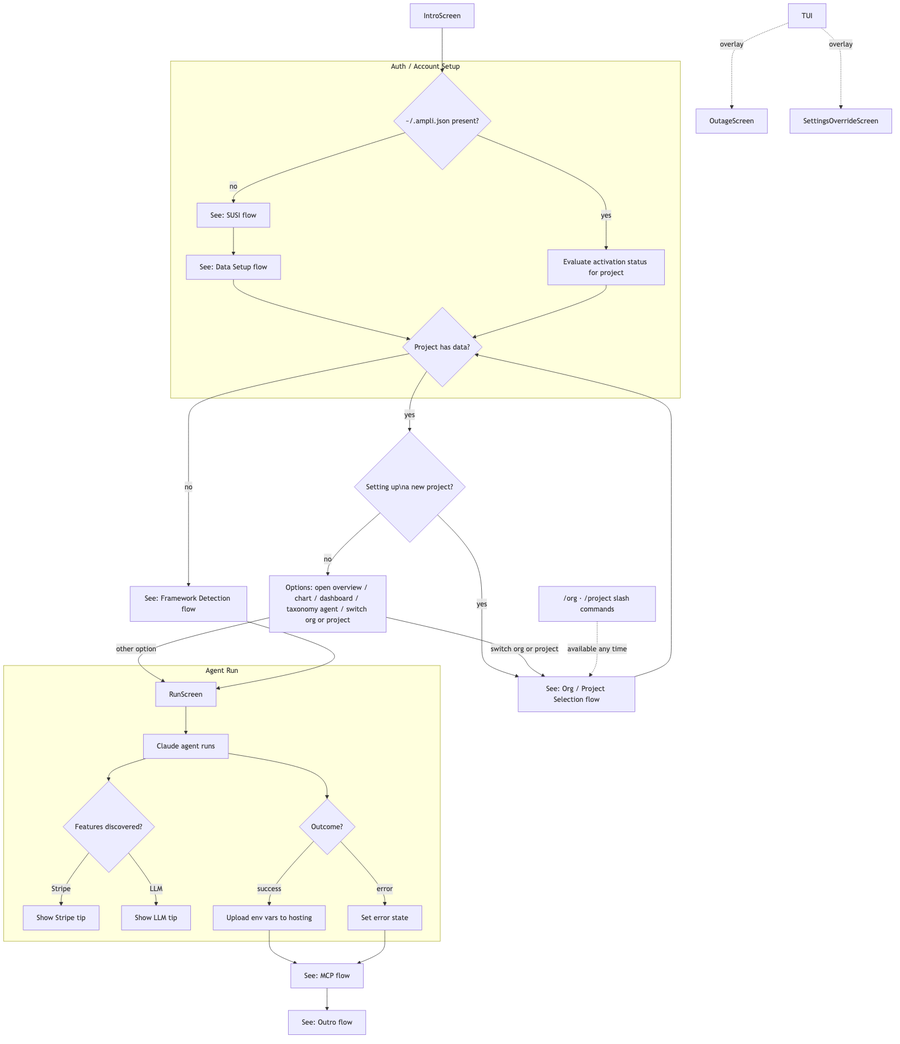
The Mermaid diagram docs/diagrams/wizard-flow.png in amplitude/wizard, before a commit. Its source is kept beside it as docs/diagrams/wizard-flow.mmd.
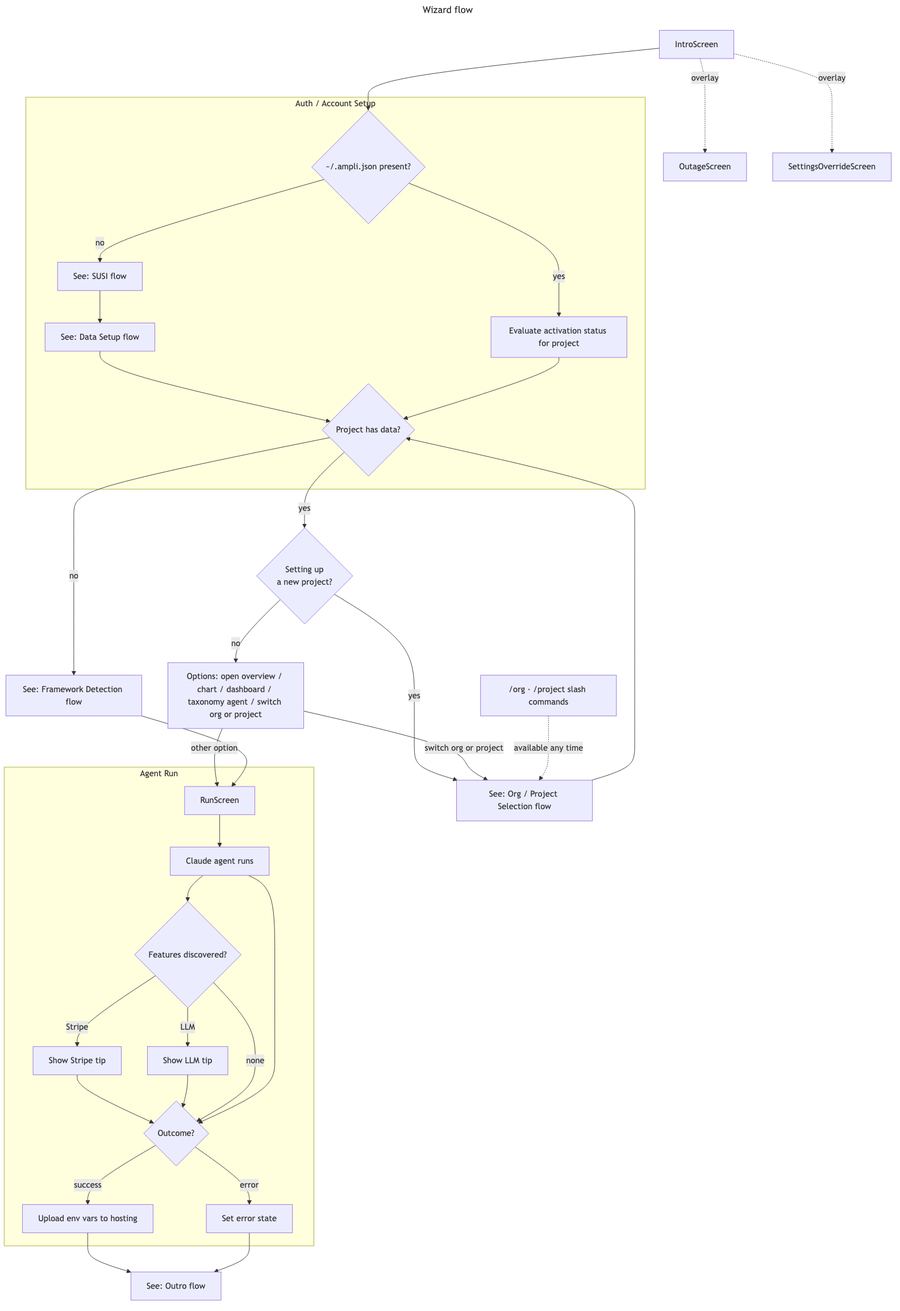
After the commit.

Change to the diagram source:
```diff
@@ -1,3 +1,6 @@
+---
+title: Wizard flow
+---
 flowchart TD
     START["IntroScreen"] --> AUTH_CHECK
 
@@ -12,7 +15,7 @@
 
     DATA_CHECK{Project has data?}
     DATA_CHECK -->|no| FRAMEWORK["See: Framework Detection flow"]
-    DATA_CHECK -->|yes| NEW_PROJECT{Setting up\na new project?}
+    DATA_CHECK -->|yes| NEW_PROJECT{Setting up<br/>a new project?}
     NEW_PROJECT -->|yes| ORG_PROJECT["See: Org / Project Selection flow"]
     NEW_PROJECT -->|no| OPTIONS["Options: open overview / chart / dashboard / taxonomy agent / switch org or project"]
     ORG_PROJECT --> DATA_CHECK
@@ -26,17 +29,16 @@
     subgraph AGENT_RUN ["Agent Run"]
         RUN["RunScreen"] --> AGENT["Claude agent runs"]
         AGENT --> FEATURES{Features discovered?}
-        FEATURES -->|Stripe| STRIPE_TIP["Show Stripe tip"]
-        FEATURES -->|LLM| LLM_TIP["Show LLM tip"]
+        FEATURES -->|Stripe| STRIPE_TIP["Show Stripe tip"] --> OUTCOME
+        FEATURES -->|LLM| LLM_TIP["Show LLM tip"] --> OUTCOME
+        FEATURES -->|none| OUTCOME
         AGENT --> OUTCOME{Outcome?}
         OUTCOME -->|success| POST["Upload env vars to hosting"]
         OUTCOME -->|error| ERR["Set error state"]
     end
 
-    POST --> MCP["See: MCP flow"]
-    ERR --> MCP
+    POST --> OUTRO["See: Outro flow"]
+    ERR --> OUTRO
 
-    MCP --> OUTRO["See: Outro flow"]
-
-    TUI -. overlay .-> OUTAGE["OutageScreen"]
-    TUI -. overlay .-> SETTINGS_OVR["SettingsOverrideScreen"]
+    START -. overlay .-> OUTAGE["OutageScreen"]
+    START -. overlay .-> SETTINGS_OVR["SettingsOverrideScreen"]
```
